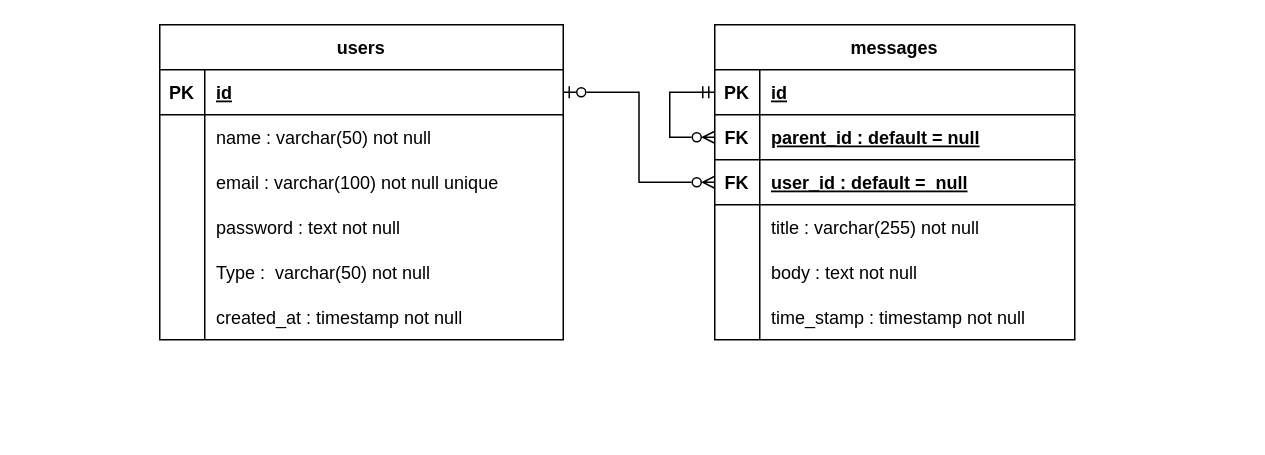
Before: page "schema" (2 of 5) of requirements/diagrams/digrams.drawio in khaledfathi/laravel_task, a draw.io diagram. Source tidied: cells renumbered, new cells numbered last; positions are measured from the earlier drawing's top-left corner, leaving out a move shared by most shapes. Both pictures are drawn from the tidied source at 150%, with x=0, y=0 at pixel (159, 24).
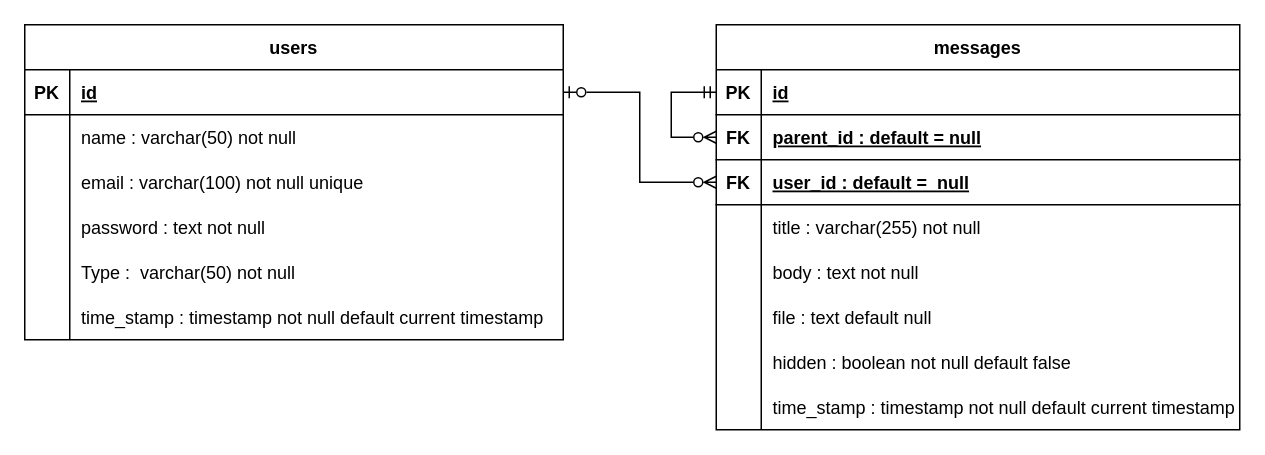
The same page after the edit.

Diff of the diagram source:
```diff
@@
     <mxCell id="2" value="users" style="shape=table;startSize=30;childLayout=tableLayout;rowLines=0;fontStyle=1;align=center;" parent="1" vertex="1">
-      <mxGeometry width="269" height="210" as="geometry" />
+      <mxGeometry x="-90" width="359" height="210" as="geometry" />
     </mxCell>
     <mxCell id="3" style="shape=tableRow;horizontal=0;startSize=0;swimlaneHead=0;swimlaneBody=0;fillColor=none;points=[[0,0.5],[1,0.5]];portConstraint=eastwest;top=0;left=0;right=0;bottom=1;" parent="2" vertex="1">
-      <mxGeometry y="30" width="269" height="30" as="geometry" />
+      <mxGeometry y="30" width="359" height="30" as="geometry" />
     </mxCell>
@@
     <mxCell id="5" value="id" style="shape=partialRectangle;fillColor=none;top=0;left=0;bottom=0;right=0;align=left;spacingLeft=6;fontStyle=5;overflow=hidden;" parent="3" vertex="1">
-      <mxGeometry x="30" width="239" height="30" as="geometry" />
+      <mxGeometry x="30" width="329" height="30" as="geometry" />
     </mxCell>
     <mxCell id="6" style="shape=tableRow;horizontal=0;startSize=0;swimlaneHead=0;swimlaneBody=0;fillColor=none;top=0;left=0;right=0;bottom=0;" parent="2" vertex="1">
-      <mxGeometry y="60" width="269" height="30" as="geometry" />
+      <mxGeometry y="60" width="359" height="30" as="geometry" />
     </mxCell>
@@
     <mxCell id="8" value="name : varchar(50) not null" style="shape=partialRectangle;fillColor=none;top=0;left=0;bottom=0;right=0;align=left;spacingLeft=6;overflow=hidden;" parent="6" vertex="1">
-      <mxGeometry x="30" width="239" height="30" as="geometry" />
+      <mxGeometry x="30" width="329" height="30" as="geometry" />
     </mxCell>
     <mxCell id="9" style="shape=tableRow;horizontal=0;startSize=0;swimlaneHead=0;swimlaneBody=0;fillColor=none;top=0;left=0;right=0;bottom=0;" parent="2" vertex="1">
-      <mxGeometry y="90" width="269" height="30" as="geometry" />
+      <mxGeometry y="90" width="359" height="30" as="geometry" />
     </mxCell>
@@
     <mxCell id="11" value="email : varchar(100) not null unique" style="shape=partialRectangle;fillColor=none;top=0;left=0;bottom=0;right=0;align=left;spacingLeft=6;overflow=hidden;" parent="9" vertex="1">
-      <mxGeometry x="30" width="239" height="30" as="geometry" />
+      <mxGeometry x="30" width="329" height="30" as="geometry" />
     </mxCell>
     <mxCell id="12" style="shape=tableRow;horizontal=0;startSize=0;swimlaneHead=0;swimlaneBody=0;fillColor=none;top=0;left=0;right=0;bottom=0;" parent="2" vertex="1">
-      <mxGeometry y="120" width="269" height="30" as="geometry" />
+      <mxGeometry y="120" width="359" height="30" as="geometry" />
     </mxCell>
@@
     <mxCell id="14" value="password : text not null" style="shape=partialRectangle;fillColor=none;top=0;left=0;bottom=0;right=0;align=left;spacingLeft=6;overflow=hidden;" parent="12" vertex="1">
-      <mxGeometry x="30" width="239" height="30" as="geometry" />
+      <mxGeometry x="30" width="329" height="30" as="geometry" />
     </mxCell>
     <mxCell id="15" style="shape=tableRow;horizontal=0;startSize=0;swimlaneHead=0;swimlaneBody=0;fillColor=none;top=0;left=0;right=0;bottom=0;" parent="2" vertex="1">
-      <mxGeometry y="150" width="269" height="30" as="geometry" />
+      <mxGeometry y="150" width="359" height="30" as="geometry" />
     </mxCell>
@@
     <mxCell id="17" value="Type :  varchar(50) not null " style="shape=partialRectangle;fillColor=none;top=0;left=0;bottom=0;right=0;align=left;spacingLeft=6;overflow=hidden;" parent="15" vertex="1">
-      <mxGeometry x="30" width="239" height="30" as="geometry" />
+      <mxGeometry x="30" width="329" height="30" as="geometry" />
     </mxCell>
     <mxCell id="18" style="shape=tableRow;horizontal=0;startSize=0;swimlaneHead=0;swimlaneBody=0;fillColor=none;top=0;left=0;right=0;bottom=0;" parent="2" vertex="1">
-      <mxGeometry y="180" width="269" height="30" as="geometry" />
+      <mxGeometry y="180" width="359" height="30" as="geometry" />
     </mxCell>
@@
-    <mxCell id="20" value="created_at : timestamp not null" style="shape=partialRectangle;fillColor=none;top=0;left=0;bottom=0;right=0;align=left;spacingLeft=6;overflow=hidden;" parent="18" vertex="1">
-      <mxGeometry x="30" width="239" height="30" as="geometry" />
+    <mxCell id="20" value="time_stamp : timestamp not null default current timestamp" style="shape=partialRectangle;fillColor=none;top=0;left=0;bottom=0;right=0;align=left;spacingLeft=6;overflow=hidden;" parent="18" vertex="1">
+      <mxGeometry x="30" width="329" height="30" as="geometry" />
     </mxCell>
     <mxCell id="21" value="messages" style="shape=table;startSize=30;childLayout=tableLayout;rowLines=0;fontStyle=1;align=center;" parent="1" vertex="1">
-      <mxGeometry x="370" width="240" height="210" as="geometry" />
+      <mxGeometry x="371" width="349" height="270" as="geometry" />
     </mxCell>
     <mxCell id="22" style="shape=tableRow;horizontal=0;startSize=0;swimlaneHead=0;swimlaneBody=0;fillColor=none;points=[[0,0.5],[1,0.5]];portConstraint=eastwest;top=0;left=0;right=0;bottom=1;" parent="21" vertex="1">
-      <mxGeometry y="30" width="240" height="30" as="geometry" />
+      <mxGeometry y="30" width="349" height="30" as="geometry" />
     </mxCell>
@@
     <mxCell id="24" value="id" style="shape=partialRectangle;fillColor=none;top=0;left=0;bottom=0;right=0;align=left;spacingLeft=6;fontStyle=5;overflow=hidden;" parent="22" vertex="1">
-      <mxGeometry x="30" width="210" height="30" as="geometry" />
+      <mxGeometry x="30" width="319" height="30" as="geometry" />
     </mxCell>
@@
     <mxCell id="26" style="shape=tableRow;horizontal=0;startSize=0;swimlaneHead=0;swimlaneBody=0;fillColor=none;points=[[0,0.5],[1,0.5]];portConstraint=eastwest;top=0;left=0;right=0;bottom=1;" parent="21" vertex="1">
-      <mxGeometry y="60" width="240" height="30" as="geometry" />
+      <mxGeometry y="60" width="349" height="30" as="geometry" />
     </mxCell>
@@
     <mxCell id="28" value="parent_id : default = null" style="shape=partialRectangle;fillColor=none;top=0;left=0;bottom=0;right=0;align=left;spacingLeft=6;fontStyle=5;overflow=hidden;" parent="26" vertex="1">
-      <mxGeometry x="30" width="210" height="30" as="geometry" />
+      <mxGeometry x="30" width="319" height="30" as="geometry" />
     </mxCell>
     <mxCell id="29" style="shape=tableRow;horizontal=0;startSize=0;swimlaneHead=0;swimlaneBody=0;fillColor=none;points=[[0,0.5],[1,0.5]];portConstraint=eastwest;top=0;left=0;right=0;bottom=1;" parent="21" vertex="1">
-      <mxGeometry y="90" width="240" height="30" as="geometry" />
+      <mxGeometry y="90" width="349" height="30" as="geometry" />
     </mxCell>
@@
     <mxCell id="31" value="user_id : default =  null" style="shape=partialRectangle;fillColor=none;top=0;left=0;bottom=0;right=0;align=left;spacingLeft=6;fontStyle=5;overflow=hidden;" parent="29" vertex="1">
-      <mxGeometry x="30" width="210" height="30" as="geometry" />
+      <mxGeometry x="30" width="319" height="30" as="geometry" />
     </mxCell>
     <mxCell id="32" style="shape=tableRow;horizontal=0;startSize=0;swimlaneHead=0;swimlaneBody=0;fillColor=none;top=0;left=0;right=0;bottom=0;" parent="21" vertex="1">
-      <mxGeometry y="120" width="240" height="30" as="geometry" />
+      <mxGeometry y="120" width="349" height="30" as="geometry" />
     </mxCell>
@@
     <mxCell id="34" value="title : varchar(255) not null" style="shape=partialRectangle;fillColor=none;top=0;left=0;bottom=0;right=0;align=left;spacingLeft=6;overflow=hidden;" parent="32" vertex="1">
-      <mxGeometry x="30" width="210" height="30" as="geometry" />
+      <mxGeometry x="30" width="319" height="30" as="geometry" />
     </mxCell>
     <mxCell id="35" style="shape=tableRow;horizontal=0;startSize=0;swimlaneHead=0;swimlaneBody=0;fillColor=none;top=0;left=0;right=0;bottom=0;" parent="21" vertex="1">
-      <mxGeometry y="150" width="240" height="30" as="geometry" />
+      <mxGeometry y="150" width="349" height="30" as="geometry" />
     </mxCell>
@@
     <mxCell id="37" value="body : text not null" style="shape=partialRectangle;fillColor=none;top=0;left=0;bottom=0;right=0;align=left;spacingLeft=6;overflow=hidden;" parent="35" vertex="1">
-      <mxGeometry x="30" width="210" height="30" as="geometry" />
+      <mxGeometry x="30" width="319" height="30" as="geometry" />
     </mxCell>
+    <mxCell id="42" style="shape=tableRow;horizontal=0;startSize=0;swimlaneHead=0;swimlaneBody=0;fillColor=none;top=0;left=0;right=0;bottom=0;" parent="21" vertex="1">
+      <mxGeometry y="180" width="349" height="30" as="geometry" />
+    </mxCell>
+    <mxCell id="43" style="shape=partialRectangle;fillColor=none;top=0;left=0;bottom=0;right=0;overflow=hidden;" parent="42" vertex="1">
+      <mxGeometry width="30" height="30" as="geometry" />
+    </mxCell>
+    <mxCell id="44" value="file : text default null" style="shape=partialRectangle;fillColor=none;top=0;left=0;bottom=0;right=0;align=left;spacingLeft=6;overflow=hidden;" parent="42" vertex="1">
+      <mxGeometry x="30" width="319" height="30" as="geometry" />
+    </mxCell>
+    <mxCell id="45" style="shape=tableRow;horizontal=0;startSize=0;swimlaneHead=0;swimlaneBody=0;fillColor=none;top=0;left=0;right=0;bottom=0;" parent="21" vertex="1">
+      <mxGeometry y="210" width="349" height="30" as="geometry" />
+    </mxCell>
+    <mxCell id="46" style="shape=partialRectangle;fillColor=none;top=0;left=0;bottom=0;right=0;overflow=hidden;" parent="45" vertex="1">
+      <mxGeometry width="30" height="30" as="geometry" />
+    </mxCell>
+    <mxCell id="47" value="hidden : boolean not null default false" style="shape=partialRectangle;fillColor=none;top=0;left=0;bottom=0;right=0;align=left;spacingLeft=6;overflow=hidden;" parent="45" vertex="1">
+      <mxGeometry x="30" width="319" height="30" as="geometry" />
+    </mxCell>
     <mxCell id="38" style="shape=tableRow;horizontal=0;startSize=0;swimlaneHead=0;swimlaneBody=0;fillColor=none;top=0;left=0;right=0;bottom=0;" parent="21" vertex="1">
-      <mxGeometry y="180" width="240" height="30" as="geometry" />
+      <mxGeometry y="240" width="349" height="30" as="geometry" />
     </mxCell>
@@
-    <mxCell id="40" value="time_stamp : timestamp not null" style="shape=partialRectangle;fillColor=none;top=0;left=0;bottom=0;right=0;align=left;spacingLeft=6;overflow=hidden;" parent="38" vertex="1">
-      <mxGeometry x="30" width="210" height="30" as="geometry" />
+    <mxCell id="40" value="time_stamp : timestamp not null default current timestamp" style="shape=partialRectangle;fillColor=none;top=0;left=0;bottom=0;right=0;align=left;spacingLeft=6;overflow=hidden;" parent="38" vertex="1">
+      <mxGeometry x="30" width="319" height="30" as="geometry" />
     </mxCell>
```
